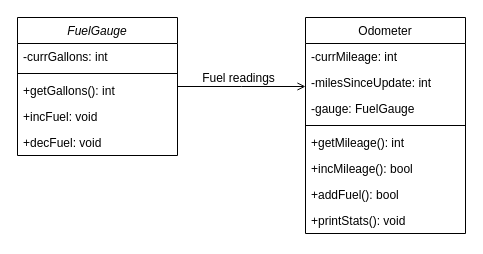
Above: Week 3/AutoInstrument.drawio in KyleRiebeling/CIS-17A (draw.io), before the change. Source tidied: cells renumbered, new cells numbered last; positions are measured from the earlier drawing's top-left corner, leaving out a move shared by most shapes. Both pictures are drawn from the tidied source at 100%, with x=0, y=0 at pixel (17, 17).
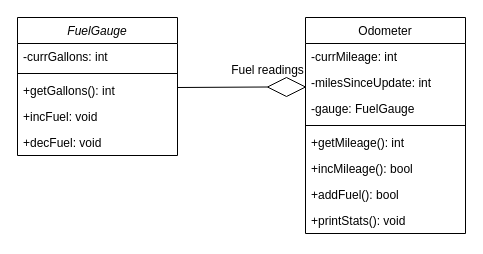
After the change.

The change refers to these unchanged cells:
```xml
<mxCell id="2" value="FuelGauge" style="swimlane;fontStyle=2;align=center;verticalAlign=top;horizontal=1;startSize=26;rounded=0;shadow=0;strokeWidth=1;" parent="1" vertex="1">
  <mxGeometry width="160" height="138" as="geometry" />
</mxCell>
<mxCell id="8" value="Odometer" style="swimlane;fontStyle=0;align=center;verticalAlign=top;horizontal=1;startSize=26;rounded=0;shadow=0;strokeWidth=1;" parent="1" vertex="1">
  <mxGeometry x="288" width="160" height="216" as="geometry" />
</mxCell>
```

Change to the diagram source:
```diff
@@
-    <mxCell id="17" style="endArrow=open;shadow=0;strokeWidth=1;rounded=0;endFill=1;edgeStyle=elbowEdgeStyle;elbow=vertical;" parent="1" edge="1" source="2" target="8">
+    <mxCell id="17" style="endArrow=open;shadow=0;strokeWidth=1;rounded=0;endFill=1;edgeStyle=elbowEdgeStyle;elbow=vertical;" parent="1" edge="1" source="19" target="8">
       <mxGeometry x="0.5" y="41" relative="1" as="geometry">
         <mxPoint x="-40" y="32" as="offset" />
       </mxGeometry>
     </mxCell>
     <mxCell id="18" value="Fuel readings" style="text;html=1;align=center;verticalAlign=middle;labelBackgroundColor=none;rounded=0;shadow=0;strokeWidth=1;fontSize=12;" parent="17" vertex="1">
       <mxGeometry x="0.5" y="49" relative="1" as="geometry">
-        <mxPoint x="-36" y="40" as="offset" />
+        <mxPoint x="-88" y="-17" as="offset" />
       </mxGeometry>
     </mxCell>
+    <mxCell id="19" style="rhombus;whiteSpace=wrap;html=1;" parent="1" vertex="1">
+      <mxGeometry x="250" y="60" width="38" height="19" as="geometry" />
+    </mxCell>
+    <mxCell id="20" style="endArrow=none;html=1;rounded=0;entryX=0;entryY=0.5;entryDx=0;entryDy=0;" parent="1" edge="1" target="19">
+      <mxGeometry relative="1" as="geometry">
+        <mxPoint x="160" y="70" as="sourcePoint" />
+      </mxGeometry>
+    </mxCell>
```
